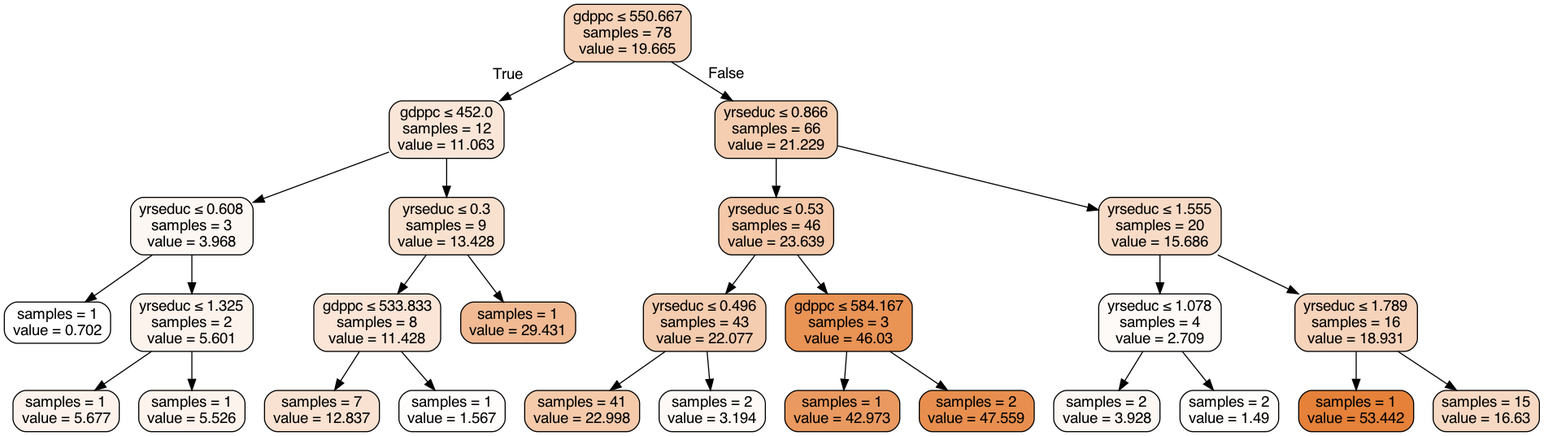
The Graphviz diagram tree2.gv.png in briellebush3/cse163project, before a commit. Its source is kept beside it as tree2.gv.
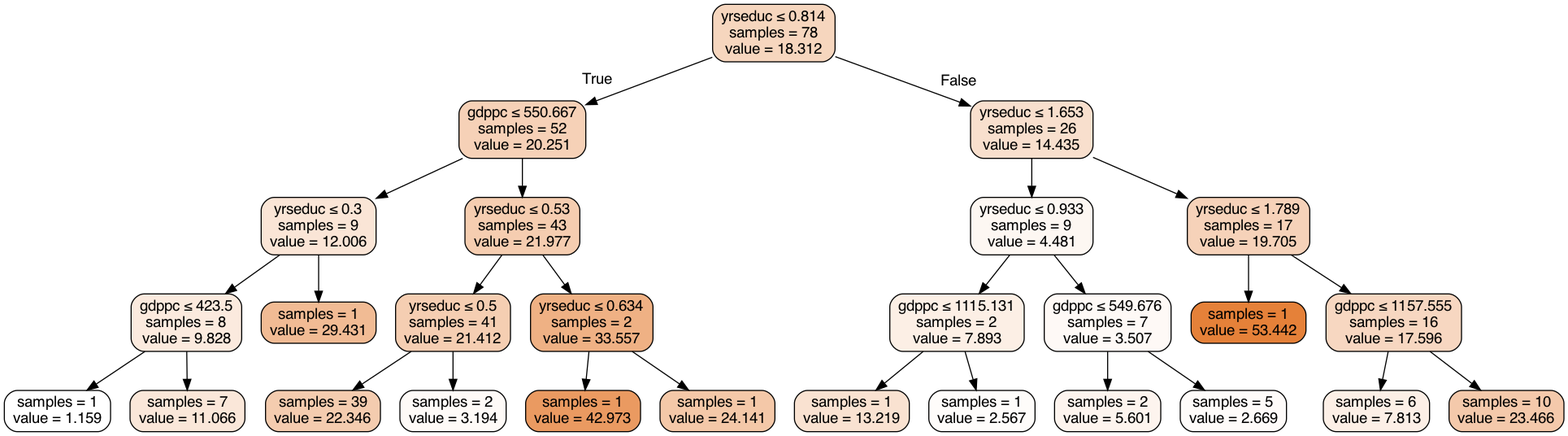
After the commit.

The edit, as a diff of the source:
```diff
@@ -1,57 +1,57 @@
 digraph Tree {
 node [shape=box, style="filled, rounded", color="black", fontname="helvetica"] ;
 edge [fontname="helvetica"] ;
-0 [label=<gdppc &le; 550.667<br/>samples = 78<br/>value = 19.665>, fillcolor="#f6d2b8"] ;
-1 [label=<gdppc &le; 452.0<br/>samples = 12<br/>value = 11.063>, fillcolor="#fae6d8"] ;
+0 [label=<yrseduc &le; 0.814<br/>samples = 78<br/>value = 18.312>, fillcolor="#f6d6be"] ;
+1 [label=<gdppc &le; 550.667<br/>samples = 52<br/>value = 20.251>, fillcolor="#f6d1b7"] ;
 0 -> 1 [labeldistance=2.5, labelangle=45, headlabel="True"] ;
-2 [label=<yrseduc &le; 0.608<br/>samples = 3<br/>value = 3.968>, fillcolor="#fdf7f3"] ;
+2 [label=<yrseduc &le; 0.3<br/>samples = 9<br/>value = 12.006>, fillcolor="#fae5d6"] ;
 1 -> 2 ;
-3 [label=<samples = 1<br/>value = 0.702>, fillcolor="#ffffff"] ;
+3 [label=<gdppc &le; 423.5<br/>samples = 8<br/>value = 9.828>, fillcolor="#fbeade"] ;
 2 -> 3 ;
-4 [label=<yrseduc &le; 1.325<br/>samples = 2<br/>value = 5.601>, fillcolor="#fdf3ed"] ;
-2 -> 4 ;
-5 [label=<samples = 1<br/>value = 5.677>, fillcolor="#fdf3ec"] ;
-4 -> 5 ;
-6 [label=<samples = 1<br/>value = 5.526>, fillcolor="#fdf3ed"] ;
-4 -> 6 ;
-7 [label=<yrseduc &le; 0.3<br/>samples = 9<br/>value = 13.428>, fillcolor="#f9e1cf"] ;
+4 [label=<samples = 1<br/>value = 1.159>, fillcolor="#ffffff"] ;
+3 -> 4 ;
+5 [label=<samples = 7<br/>value = 11.066>, fillcolor="#fae7d9"] ;
+3 -> 5 ;
+6 [label=<samples = 1<br/>value = 29.431>, fillcolor="#f1bb94"] ;
+2 -> 6 ;
+7 [label=<yrseduc &le; 0.53<br/>samples = 43<br/>value = 21.977>, fillcolor="#f5cdb0"] ;
 1 -> 7 ;
-8 [label=<gdppc &le; 533.833<br/>samples = 8<br/>value = 11.428>, fillcolor="#fae5d7"] ;
+8 [label=<yrseduc &le; 0.5<br/>samples = 41<br/>value = 21.412>, fillcolor="#f5ceb2"] ;
 7 -> 8 ;
-9 [label=<samples = 7<br/>value = 12.837>, fillcolor="#f9e2d1"] ;
+9 [label=<samples = 39<br/>value = 22.346>, fillcolor="#f4ccaf"] ;
 8 -> 9 ;
-10 [label=<samples = 1<br/>value = 1.567>, fillcolor="#fffdfc"] ;
+10 [label=<samples = 2<br/>value = 3.194>, fillcolor="#fefaf7"] ;
 8 -> 10 ;
-11 [label=<samples = 1<br/>value = 29.431>, fillcolor="#f1ba93"] ;
+11 [label=<yrseduc &le; 0.634<br/>samples = 2<br/>value = 33.557>, fillcolor="#efb184"] ;
 7 -> 11 ;
-12 [label=<yrseduc &le; 0.866<br/>samples = 66<br/>value = 21.229>, fillcolor="#f5ceb2"] ;
-0 -> 12 [labeldistance=2.5, labelangle=-45, headlabel="False"] ;
-13 [label=<yrseduc &le; 0.53<br/>samples = 46<br/>value = 23.639>, fillcolor="#f4c8a9"] ;
-12 -> 13 ;
-14 [label=<yrseduc &le; 0.496<br/>samples = 43<br/>value = 22.077>, fillcolor="#f4ccaf"] ;
-13 -> 14 ;
-15 [label=<samples = 41<br/>value = 22.998>, fillcolor="#f4caab"] ;
+12 [label=<samples = 1<br/>value = 42.973>, fillcolor="#ea9a61"] ;
+11 -> 12 ;
+13 [label=<samples = 1<br/>value = 24.141>, fillcolor="#f4c8a8"] ;
+11 -> 13 ;
+14 [label=<yrseduc &le; 1.653<br/>samples = 26<br/>value = 14.435>, fillcolor="#f8dfcd"] ;
+0 -> 14 [labeldistance=2.5, labelangle=-45, headlabel="False"] ;
+15 [label=<yrseduc &le; 0.933<br/>samples = 9<br/>value = 4.481>, fillcolor="#fdf7f2"] ;
 14 -> 15 ;
-16 [label=<samples = 2<br/>value = 3.194>, fillcolor="#fef9f6"] ;
-14 -> 16 ;
-17 [label=<gdppc &le; 584.167<br/>samples = 3<br/>value = 46.03>, fillcolor="#e99355"] ;
-13 -> 17 ;
-18 [label=<samples = 1<br/>value = 42.973>, fillcolor="#ea9a60"] ;
-17 -> 18 ;
-19 [label=<samples = 2<br/>value = 47.559>, fillcolor="#e88f4f"] ;
-17 -> 19 ;
-20 [label=<yrseduc &le; 1.555<br/>samples = 20<br/>value = 15.686>, fillcolor="#f8dbc7"] ;
-12 -> 20 ;
-21 [label=<yrseduc &le; 1.078<br/>samples = 4<br/>value = 2.709>, fillcolor="#fefaf7"] ;
-20 -> 21 ;
-22 [label=<samples = 2<br/>value = 3.928>, fillcolor="#fdf7f3"] ;
-21 -> 22 ;
-23 [label=<samples = 2<br/>value = 1.49>, fillcolor="#fffdfc"] ;
-21 -> 23 ;
-24 [label=<yrseduc &le; 1.789<br/>samples = 16<br/>value = 18.931>, fillcolor="#f6d3bb"] ;
-20 -> 24 ;
-25 [label=<samples = 1<br/>value = 53.442>, fillcolor="#e58139"] ;
+16 [label=<gdppc &le; 1115.131<br/>samples = 2<br/>value = 7.893>, fillcolor="#fcefe5"] ;
+15 -> 16 ;
+17 [label=<samples = 1<br/>value = 13.219>, fillcolor="#f9e2d1"] ;
+16 -> 17 ;
+18 [label=<samples = 1<br/>value = 2.567>, fillcolor="#fefcfa"] ;
+16 -> 18 ;
+19 [label=<gdppc &le; 549.676<br/>samples = 7<br/>value = 3.507>, fillcolor="#fef9f6"] ;
+15 -> 19 ;
+20 [label=<samples = 2<br/>value = 5.601>, fillcolor="#fdf4ee"] ;
+19 -> 20 ;
+21 [label=<samples = 5<br/>value = 2.669>, fillcolor="#fefbf9"] ;
+19 -> 21 ;
+22 [label=<yrseduc &le; 1.789<br/>samples = 17<br/>value = 19.705>, fillcolor="#f6d2b9"] ;
+14 -> 22 ;
+23 [label=<samples = 1<br/>value = 53.442>, fillcolor="#e58139"] ;
+22 -> 23 ;
+24 [label=<gdppc &le; 1157.555<br/>samples = 16<br/>value = 17.596>, fillcolor="#f7d7c1"] ;
+22 -> 24 ;
+25 [label=<samples = 6<br/>value = 7.813>, fillcolor="#fcefe6"] ;
 24 -> 25 ;
-26 [label=<samples = 15<br/>value = 16.63>, fillcolor="#f7d9c3"] ;
+26 [label=<samples = 10<br/>value = 23.466>, fillcolor="#f4c9ab"] ;
 24 -> 26 ;
 }
```
